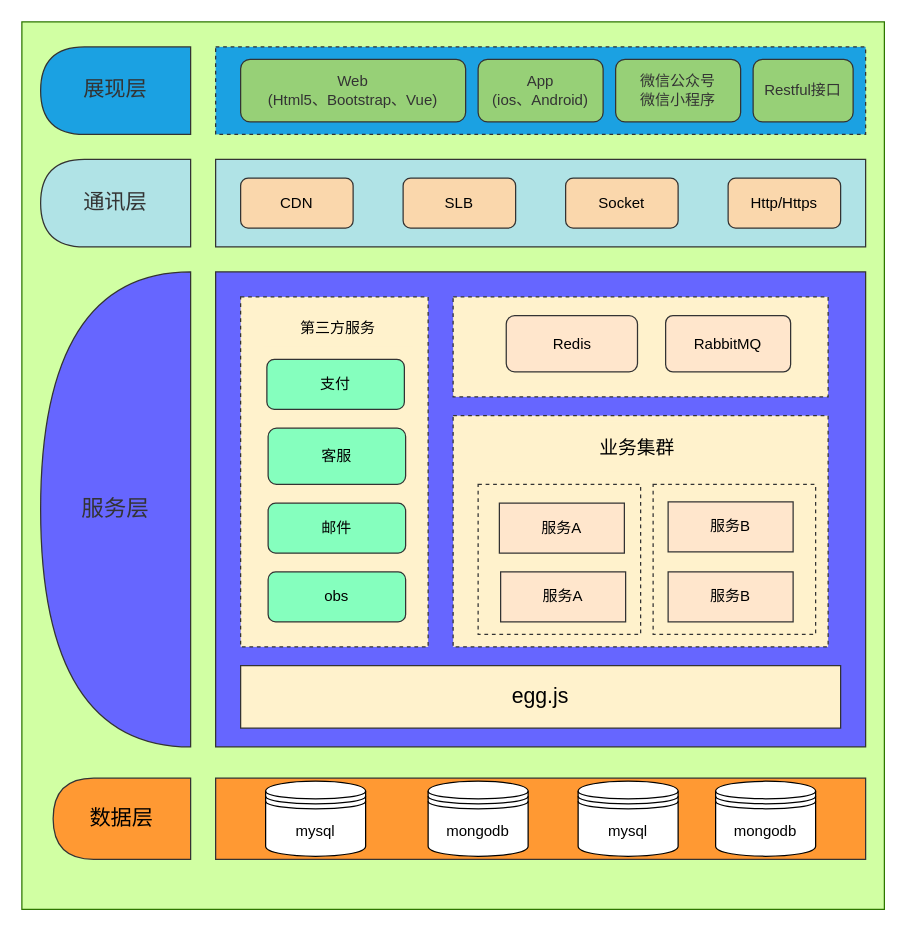
Before: test.drawio in luckyriko/hello-world, a draw.io diagram. Source tidied: cells renumbered, new cells numbered last; positions are measured from the earlier drawing's top-left corner, leaving out a move shared by most shapes. Both pictures are drawn from the tidied source at 125%, with x=0, y=0 at pixel (21, 21).
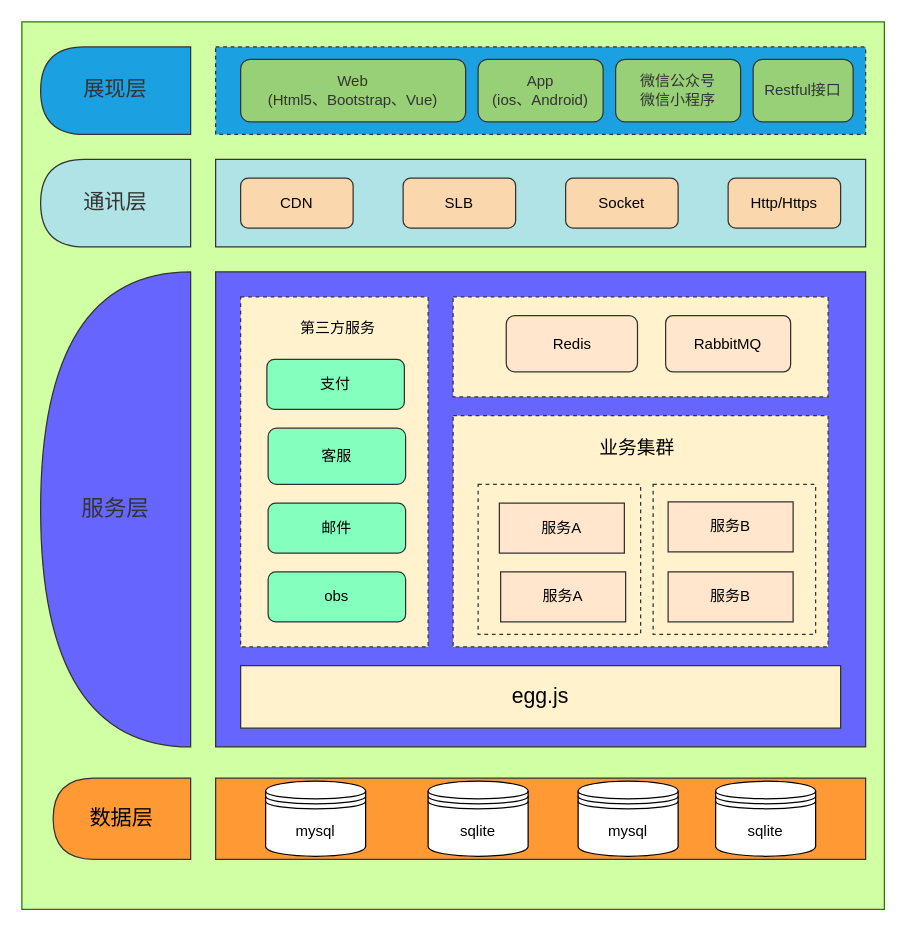
Above is the later version.

What changed in the source:
```diff
@@
-    <mxCell id="8" value="mongodb" style="shape=datastore;whiteSpace=wrap;html=1;" parent="1" vertex="1">
+    <mxCell id="8" value="sqlite" style="shape=datastore;whiteSpace=wrap;html=1;" parent="1" vertex="1">
       <mxGeometry x="325" y="607.5" width="80" height="60" as="geometry" />
     </mxCell>
-    <mxCell id="9" value="&lt;span&gt;mongodb&lt;/span&gt;" style="shape=datastore;whiteSpace=wrap;html=1;" parent="1" vertex="1">
+    <mxCell id="9" value="sqlite" style="shape=datastore;whiteSpace=wrap;html=1;" parent="1" vertex="1">
       <mxGeometry x="555" y="607.5" width="80" height="60" as="geometry" />
     </mxCell>
```
